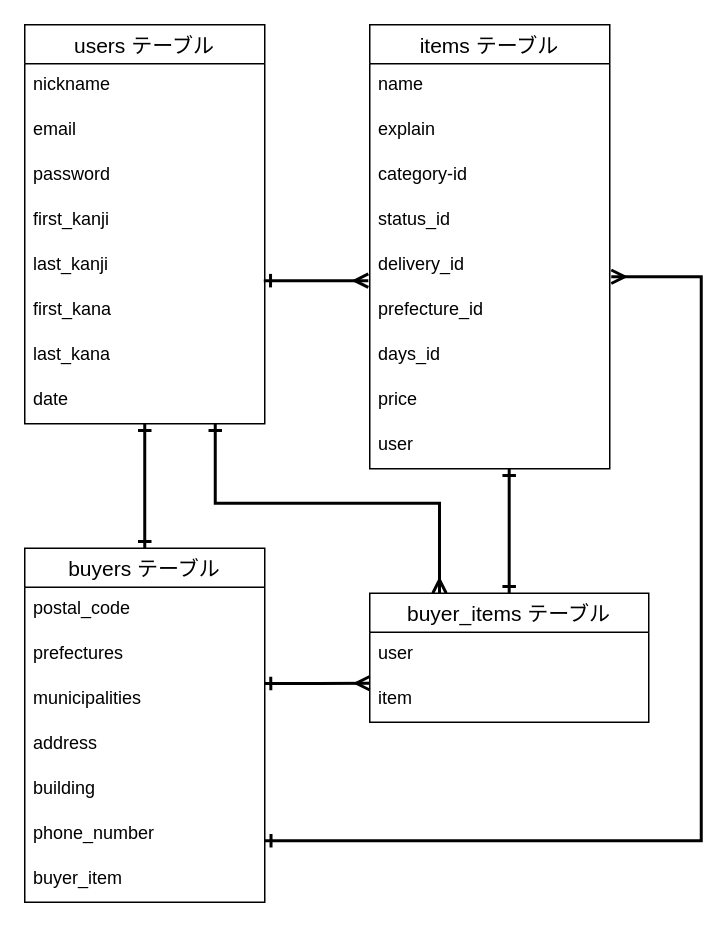
Above: ER.dio in yamazakitakuya1115/furima-30547 (draw.io), before the change. Source tidied: cells renumbered, new cells numbered last; positions are measured from the earlier drawing's top-left corner, leaving out a move shared by most shapes. Both pictures are drawn from the tidied source at 150%, with x=0, y=0 at pixel (24, 24).
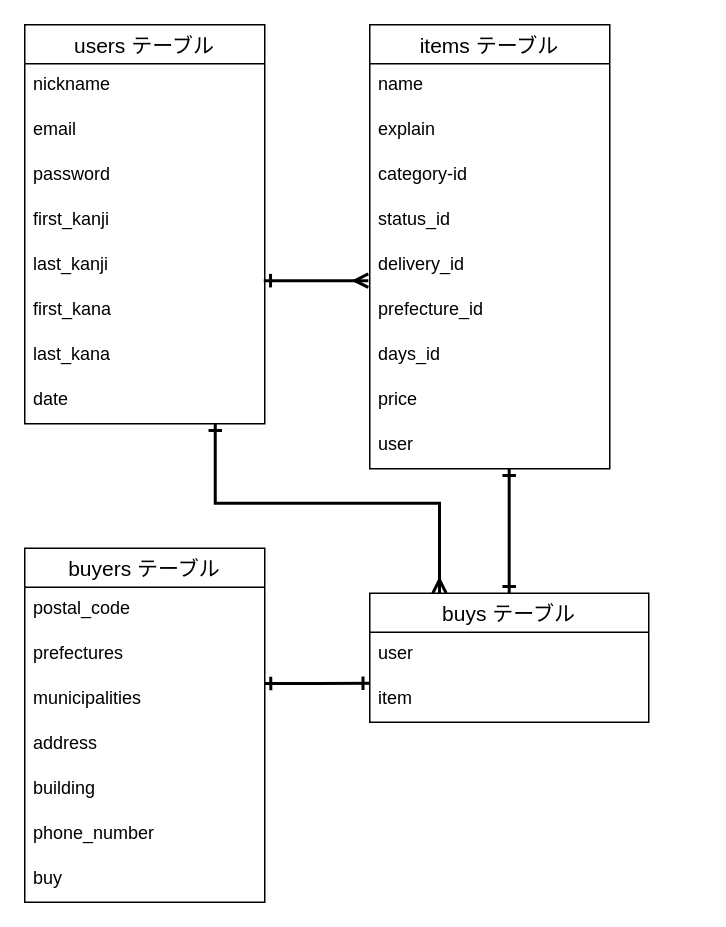
The same diagram, later.

The change refers to these unchanged cells:
```xml
<mxCell id="2" value="users テーブル" style="swimlane;fontStyle=0;horizontal=1;startSize=26;align=center;fontSize=14;" parent="1" vertex="1">
  <mxGeometry width="160" height="266" as="geometry" />
</mxCell>
<mxCell id="12" value="buyers テーブル" style="swimlane;fontStyle=0;horizontal=1;startSize=26;align=center;fontSize=14;" parent="1" vertex="1">
  <mxGeometry y="349" width="160" height="236" as="geometry" />
</mxCell>
<mxCell id="15" value="municipalities" style="text;strokeColor=none;fillColor=none;spacingLeft=4;spacingRight=4;overflow=hidden;points=[[0,0.5],[1,0.5]];portConstraint=eastwest;fontSize=12;" parent="12" vertex="1">
  <mxGeometry y="86" width="160" height="30" as="geometry" />
</mxCell>
<mxCell id="18" value="phone_number" style="text;strokeColor=none;fillColor=none;spacingLeft=4;spacingRight=4;overflow=hidden;points=[[0,0.5],[1,0.5]];portConstraint=eastwest;fontSize=12;" parent="12" vertex="1">
  <mxGeometry y="176" width="160" height="30" as="geometry" />
</mxCell>
<mxCell id="36" value="item" style="text;strokeColor=none;fillColor=none;spacingLeft=4;spacingRight=4;overflow=hidden;points=[[0,0.5],[1,0.5]];portConstraint=eastwest;fontSize=12;" parent="34" vertex="1">
  <mxGeometry y="56" width="186" height="30" as="geometry" />
</mxCell>
```

What changed in the source:
```diff
@@
-    <mxCell id="11" style="edgeStyle=orthogonalEdgeStyle;rounded=0;jumpSize=10;jettySize=auto;html=1;exitX=0.5;exitY=0;exitDx=0;exitDy=0;startArrow=ERone;startFill=0;endArrow=ERone;endFill=0;targetPerimeterSpacing=0;strokeWidth=2;entryX=0.5;entryY=1;entryDx=0;entryDy=0;" parent="1" edge="1" source="12" target="2">
-      <mxGeometry relative="1" as="geometry" />
-    </mxCell>
@@
-    <mxCell id="19" value="buyer_item" style="text;strokeColor=none;fillColor=none;spacingLeft=4;spacingRight=4;overflow=hidden;fontSize=12;" parent="12" vertex="1">
+    <mxCell id="19" value="buy" style="text;strokeColor=none;fillColor=none;spacingLeft=4;spacingRight=4;overflow=hidden;fontSize=12;" parent="12" vertex="1">
       <mxGeometry y="206" width="160" height="30" as="geometry" />
     </mxCell>
@@
-    <mxCell id="31" style="edgeStyle=orthogonalEdgeStyle;rounded=0;jumpSize=10;jettySize=auto;html=1;startArrow=ERone;startFill=0;endArrow=ERmany;endFill=0;targetPerimeterSpacing=0;strokeWidth=2;entryX=0;entryY=0.133;entryDx=0;entryDy=0;entryPerimeter=0;exitX=0.997;exitY=0.138;exitDx=0;exitDy=0;exitPerimeter=0;" parent="1" edge="1" source="15" target="36">
+    <mxCell id="31" style="edgeStyle=orthogonalEdgeStyle;rounded=0;jumpSize=10;jettySize=auto;html=1;startArrow=ERone;startFill=0;endArrow=ERone;endFill=0;targetPerimeterSpacing=0;strokeWidth=2;entryX=0;entryY=0.133;entryDx=0;entryDy=0;entryPerimeter=0;exitX=0.997;exitY=0.138;exitDx=0;exitDy=0;exitPerimeter=0;" parent="1" edge="1" source="15" target="36">
       <mxGeometry relative="1" as="geometry" />
     </mxCell>
-    <mxCell id="32" style="edgeStyle=orthogonalEdgeStyle;rounded=0;jumpSize=10;jettySize=auto;html=1;startArrow=ERone;startFill=0;endArrow=ERmany;endFill=0;targetPerimeterSpacing=0;strokeWidth=2;exitX=0.998;exitY=0.633;exitDx=0;exitDy=0;exitPerimeter=0;" parent="1" edge="1" source="18">
-      <mxGeometry relative="1" as="geometry">
-        <mxPoint x="391" y="168" as="targetPoint" />
-        <Array as="points">
-          <mxPoint x="451" y="544" />
-          <mxPoint x="451" y="168" />
-        </Array>
-      </mxGeometry>
-    </mxCell>
@@
-    <mxCell id="34" value="buyer_items テーブル" style="swimlane;fontStyle=0;horizontal=1;startSize=26;align=center;fontSize=14;" parent="1" vertex="1">
+    <mxCell id="34" value="buys テーブル" style="swimlane;fontStyle=0;horizontal=1;startSize=26;align=center;fontSize=14;" parent="1" vertex="1">
       <mxGeometry x="230" y="379" width="186" height="86" as="geometry" />
     </mxCell>
```
